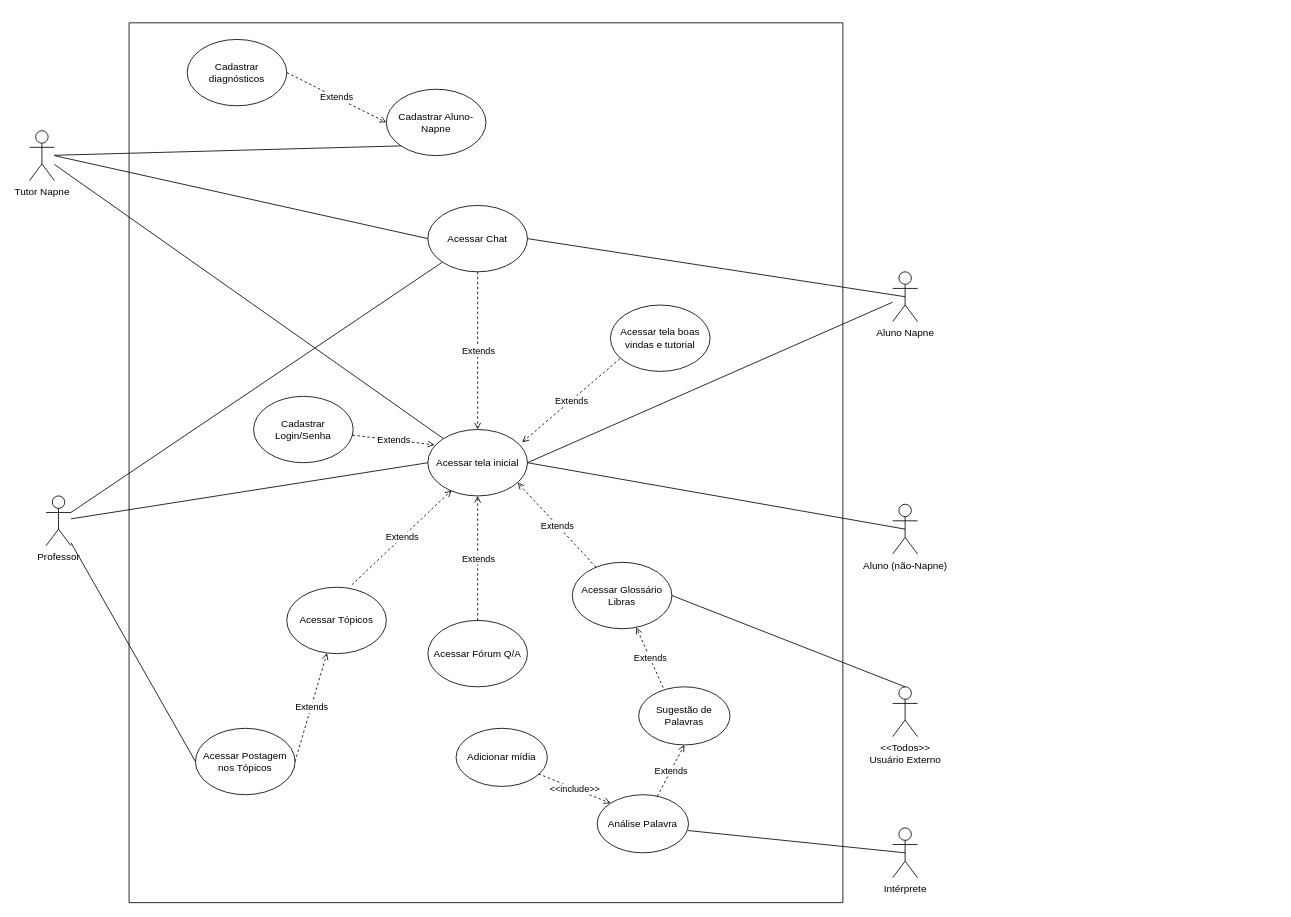
The draw.io diagram Casos_Uso.drawio in arianamesquita/IFCoders, before the edit. Source tidied: cells renumbered, new cells numbered last; positions are measured from the earlier drawing's top-left corner, leaving out a move shared by most shapes. Both pictures are drawn from the tidied source at 83%, with x=0, y=0 at pixel (29, 22).
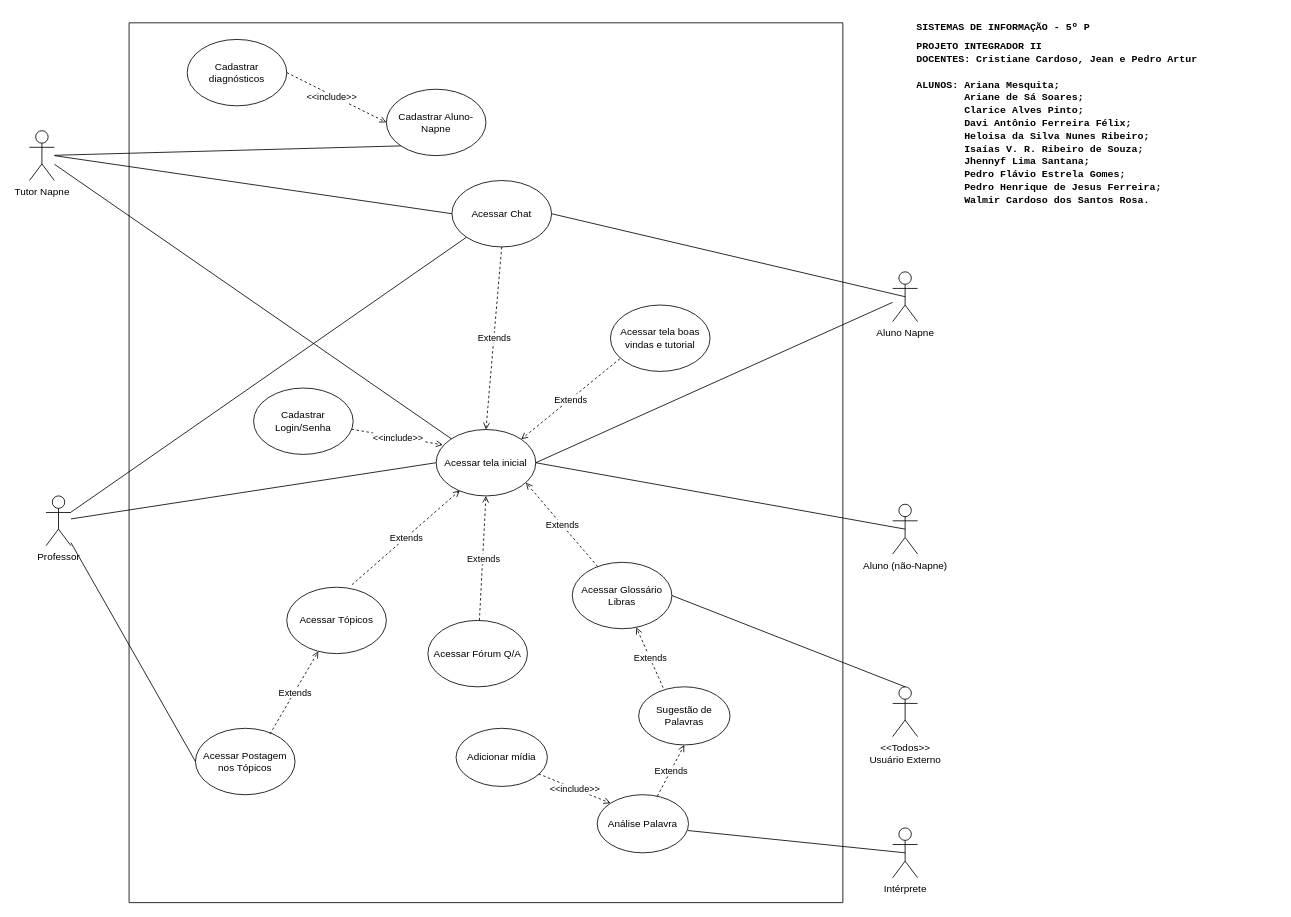
The same page after the edit.

The change refers to these unchanged cells:
```xml
<mxCell id="6" style="swimlane;startSize=0;" parent="1" vertex="1">
  <mxGeometry x="120" width="860" height="1060" as="geometry" />
</mxCell>
<mxCell id="9" style="endArrow=open;html=1;rounded=0;exitX=1;exitY=0.5;exitDx=0;exitDy=0;entryX=0;entryY=0.5;entryDx=0;entryDy=0;dashed=1;endFill=0;" parent="6" edge="1" source="7" target="8">
  <mxGeometry relative="1" as="geometry" />
</mxCell>
<mxCell id="12" value="Acessar Tópicos" style="ellipse;whiteSpace=wrap;html=1;" parent="6" vertex="1">
  <mxGeometry x="190" y="680" width="120" height="80" as="geometry" />
</mxCell>
<mxCell id="13" value="Acessar Postagem nos Tópicos" style="ellipse;whiteSpace=wrap;html=1;" parent="6" vertex="1">
  <mxGeometry x="80" y="850" width="120" height="80" as="geometry" />
</mxCell>
<mxCell id="20" value="Acessar tela boas vindas e tutorial" style="ellipse;whiteSpace=wrap;html=1;" parent="6" vertex="1">
  <mxGeometry x="580" y="340" width="120" height="80" as="geometry" />
</mxCell>
<mxCell id="21" style="endArrow=open;html=1;rounded=0;dashed=1;endFill=0;entryX=0.067;entryY=0.231;entryDx=0;entryDy=0;entryPerimeter=0;" parent="6" edge="1" source="16" target="17">
  <mxGeometry relative="1" as="geometry" />
</mxCell>
```

What changed in the source:
```diff
@@
-    <mxCell id="10" value="Extends" style="edgeLabel;html=1;align=center;verticalAlign=middle;" parent="9" vertex="1">
-      <mxGeometry relative="1" as="geometry" />
+    <mxCell id="10" value="&amp;lt;&amp;lt;include&amp;gt;&amp;gt;" style="edgeLabel;html=1;align=center;verticalAlign=middle;" parent="9" vertex="1">
+      <mxGeometry relative="1" as="geometry">
+        <mxPoint x="-6" as="offset" />
+      </mxGeometry>
     </mxCell>
@@
-    <mxCell id="14" style="endArrow=open;html=1;rounded=0;exitX=1;exitY=0.5;exitDx=0;exitDy=0;dashed=1;endFill=0;" parent="6" edge="1" source="13" target="12">
+    <mxCell id="14" style="endArrow=open;html=1;rounded=0;exitX=0.748;exitY=0.086;exitDx=0;exitDy=0;dashed=1;endFill=0;exitPerimeter=0;" parent="6" edge="1" source="13" target="12">
       <mxGeometry relative="1" as="geometry" />
     </mxCell>
@@
     <mxCell id="16" value="Cadastrar Login/Senha" style="ellipse;whiteSpace=wrap;html=1;" parent="6" vertex="1">
-      <mxGeometry x="150" y="450" width="120" height="80" as="geometry" />
+      <mxGeometry x="150" y="440" width="120" height="80" as="geometry" />
     </mxCell>
     <mxCell id="17" value="Acessar tela inicial" style="ellipse;whiteSpace=wrap;html=1;" parent="6" vertex="1">
-      <mxGeometry x="360" y="490" width="120" height="80" as="geometry" />
+      <mxGeometry x="370" y="490" width="120" height="80" as="geometry" />
     </mxCell>
-    <mxCell id="18" style="endArrow=open;html=1;rounded=0;dashed=1;endFill=0;exitX=0.095;exitY=0.809;exitDx=0;exitDy=0;exitPerimeter=0;entryX=0.946;entryY=0.193;entryDx=0;entryDy=0;entryPerimeter=0;" parent="6" edge="1" source="20" target="17">
+    <mxCell id="18" style="endArrow=open;html=1;rounded=0;dashed=1;endFill=0;exitX=0.095;exitY=0.809;exitDx=0;exitDy=0;exitPerimeter=0;entryX=1;entryY=0;entryDx=0;entryDy=0;" parent="6" edge="1" source="20" target="17">
       <mxGeometry relative="1" as="geometry" />
     </mxCell>
@@
-    <mxCell id="22" value="Extends" style="edgeLabel;html=1;align=center;verticalAlign=middle;" parent="21" vertex="1">
+    <mxCell id="22" value="&amp;lt;&amp;lt;include&amp;gt;&amp;gt;" style="edgeLabel;html=1;align=center;verticalAlign=middle;" parent="21" vertex="1">
       <mxGeometry relative="1" as="geometry" />
     </mxCell>
@@
     <mxCell id="26" value="Acessar Chat" style="ellipse;whiteSpace=wrap;html=1;" parent="6" vertex="1">
-      <mxGeometry x="360" y="220" width="120" height="80" as="geometry" />
+      <mxGeometry x="389" y="190" width="120" height="80" as="geometry" />
     </mxCell>
@@
+    <mxCell id="55" value="&lt;h1 style=&quot;font-size: 12px;&quot;&gt;&lt;font style=&quot;font-size: 12px;&quot; face=&quot;Courier New&quot;&gt;SISTEMAS DE INFORMAÇÃO - 5º P&lt;/font&gt;&lt;/h1&gt;&lt;div style=&quot;font-size: 12px;&quot;&gt;&lt;font style=&quot;font-size: 12px;&quot; face=&quot;Courier New&quot;&gt;&lt;b style=&quot;font-size: 12px;&quot;&gt;PROJETO INTEGRADOR II&lt;/b&gt;&lt;/font&gt;&lt;/div&gt;&lt;div style=&quot;font-size: 12px;&quot;&gt;&lt;font face=&quot;Courier New&quot; style=&quot;font-size: 12px;&quot;&gt;&lt;b style=&quot;font-size: 12px;&quot;&gt;DOCENTES: Cristiane Cardoso, Jean e Pedro Artur&lt;/b&gt;&lt;/font&gt;&lt;/div&gt;&lt;div style=&quot;font-size: 12px;&quot;&gt;&lt;font face=&quot;Courier New&quot; style=&quot;font-size: 12px;&quot;&gt;&lt;b style=&quot;font-size: 12px;&quot;&gt;&lt;br style=&quot;font-size: 12px;&quot;&gt;&lt;/b&gt;&lt;/font&gt;&lt;/div&gt;&lt;div style=&quot;font-size: 12px;&quot;&gt;&lt;font face=&quot;Courier New&quot; style=&quot;font-size: 12px;&quot;&gt;&lt;b style=&quot;font-size: 12px;&quot;&gt;ALUNOS: Ariana Mesquita;&lt;/b&gt;&lt;/font&gt;&lt;/div&gt;&lt;div style=&quot;font-size: 12px;&quot;&gt;&lt;font face=&quot;Courier New&quot; style=&quot;font-size: 12px;&quot;&gt;&lt;b style=&quot;font-size: 12px;&quot;&gt;&lt;span style=&quot;white-space: pre;&quot;&gt;&#9;&lt;/span&gt;Ariane de Sá Soares;&lt;br&gt;&lt;/b&gt;&lt;/font&gt;&lt;/div&gt;&lt;div style=&quot;font-size: 12px;&quot;&gt;&lt;font face=&quot;Courier New&quot; style=&quot;font-size: 12px;&quot;&gt;&lt;b style=&quot;font-size: 12px;&quot;&gt;&lt;span style=&quot;white-space: pre;&quot;&gt;&#9;&lt;/span&gt;Clarice Alves Pinto;&lt;/b&gt;&lt;/font&gt;&lt;/div&gt;&lt;div style=&quot;font-size: 12px;&quot;&gt;&lt;font face=&quot;Courier New&quot; style=&quot;font-size: 12px;&quot;&gt;&lt;b style=&quot;font-size: 12px;&quot;&gt;&lt;span style=&quot;white-space: pre;&quot;&gt;&#9;&lt;/span&gt;Davi Antônio Ferreira Félix;&lt;br&gt;&lt;/b&gt;&lt;/font&gt;&lt;/div&gt;&lt;div style=&quot;font-size: 12px;&quot;&gt;&lt;font face=&quot;Courier New&quot; style=&quot;font-size: 12px;&quot;&gt;&lt;b style=&quot;font-size: 12px;&quot;&gt;&lt;span style=&quot;white-space: pre;&quot;&gt;&#9;&lt;/span&gt;Heloisa da Silva Nunes Ribeiro;&lt;br&gt;&lt;/b&gt;&lt;/font&gt;&lt;/div&gt;&lt;div style=&quot;font-size: 12px;&quot;&gt;&lt;font face=&quot;Courier New&quot; style=&quot;font-size: 12px;&quot;&gt;&lt;b style=&quot;font-size: 12px;&quot;&gt;&lt;span style=&quot;white-space: pre;&quot;&gt;&#9;&lt;/span&gt;Isaías V. R. Ribeiro de Souza;&lt;br&gt;&lt;/b&gt;&lt;/font&gt;&lt;/div&gt;&lt;div style=&quot;font-size: 12px;&quot;&gt;&lt;font face=&quot;Courier New&quot; style=&quot;font-size: 12px;&quot;&gt;&lt;b style=&quot;font-size: 12px;&quot;&gt;&lt;span style=&quot;white-space: pre;&quot;&gt;&#9;&lt;/span&gt;Jhennyf Lima Santana;&lt;br&gt;&lt;/b&gt;&lt;/font&gt;&lt;/div&gt;&lt;div style=&quot;font-size: 12px;&quot;&gt;&lt;font face=&quot;Courier New&quot; style=&quot;font-size: 12px;&quot;&gt;&lt;b style=&quot;font-size: 12px;&quot;&gt;&lt;span style=&quot;white-space: pre;&quot;&gt;&#9;&lt;/span&gt;Pedro Flávio Estrela Gomes;&lt;br&gt;&lt;/b&gt;&lt;/font&gt;&lt;/div&gt;&lt;div style=&quot;font-size: 12px;&quot;&gt;&lt;font face=&quot;Courier New&quot; style=&quot;font-size: 12px;&quot;&gt;&lt;b style=&quot;font-size: 12px;&quot;&gt;&lt;span style=&quot;white-space: pre;&quot;&gt;&#9;&lt;/span&gt;Pedro Henrique de Jesus Ferreira;&lt;br&gt;&lt;/b&gt;&lt;/font&gt;&lt;/div&gt;&lt;div style=&quot;font-size: 12px;&quot;&gt;&lt;font face=&quot;Courier New&quot; style=&quot;font-size: 12px;&quot;&gt;&lt;b style=&quot;font-size: 12px;&quot;&gt;&lt;span style=&quot;white-space: pre;&quot;&gt;&#9;&lt;/span&gt;Walmir Cardoso dos Santos Rosa.&lt;br&gt;&lt;/b&gt;&lt;/font&gt;&lt;/div&gt;&lt;div style=&quot;font-size: 12px;&quot;&gt;&lt;font face=&quot;Courier New&quot; style=&quot;font-size: 12px;&quot;&gt;&lt;b style=&quot;font-size: 12px;&quot;&gt;&lt;span style=&quot;white-space: pre;&quot;&gt;&#9;&lt;/span&gt;&lt;br&gt;&lt;/b&gt;&lt;/font&gt;&lt;/div&gt;&lt;div style=&quot;font-size: 12px;&quot;&gt;&lt;b style=&quot;font-family: &amp;quot;Courier New&amp;quot;; background-color: initial; font-size: 12px;&quot;&gt;&amp;nbsp;&lt;/b&gt;&lt;/div&gt;" style="text;html=1;strokeColor=none;fillColor=none;spacing=5;spacingTop=-20;whiteSpace=wrap;overflow=hidden;rounded=0;fontSize=12;" parent="1" vertex="1">
+      <mxGeometry x="1064" width="439" height="240" as="geometry" />
+    </mxCell>
```
